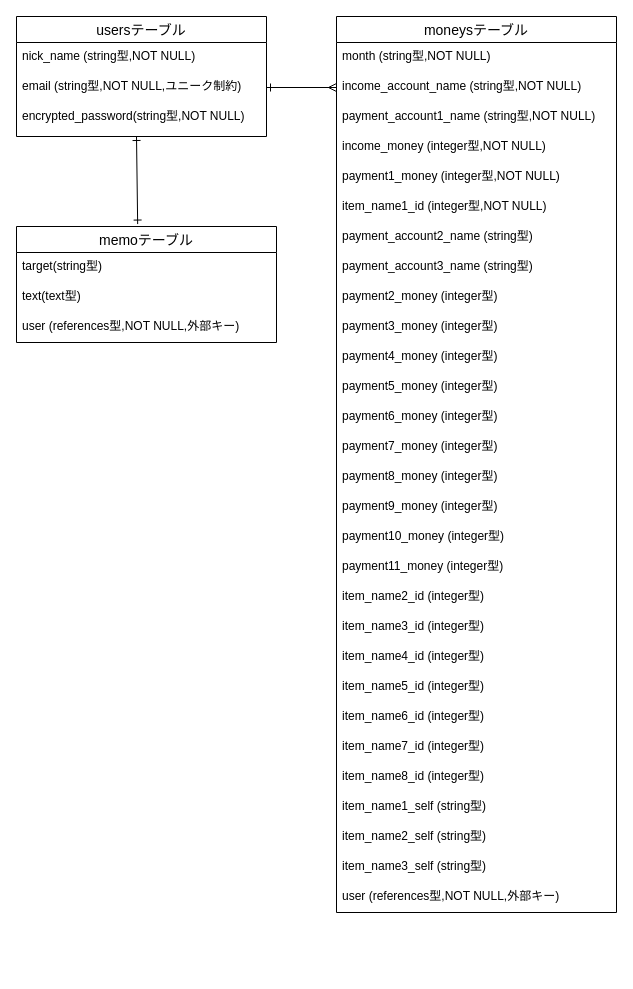
This is ER.dio from harukakak/rakubo, a draw.io file, before an edit. Source tidied: cells renumbered, new cells numbered last; positions are measured from the earlier drawing's top-left corner, leaving out a move shared by most shapes. Both pictures are drawn from the tidied source at 100%, with x=0, y=0 at pixel (16, 16).
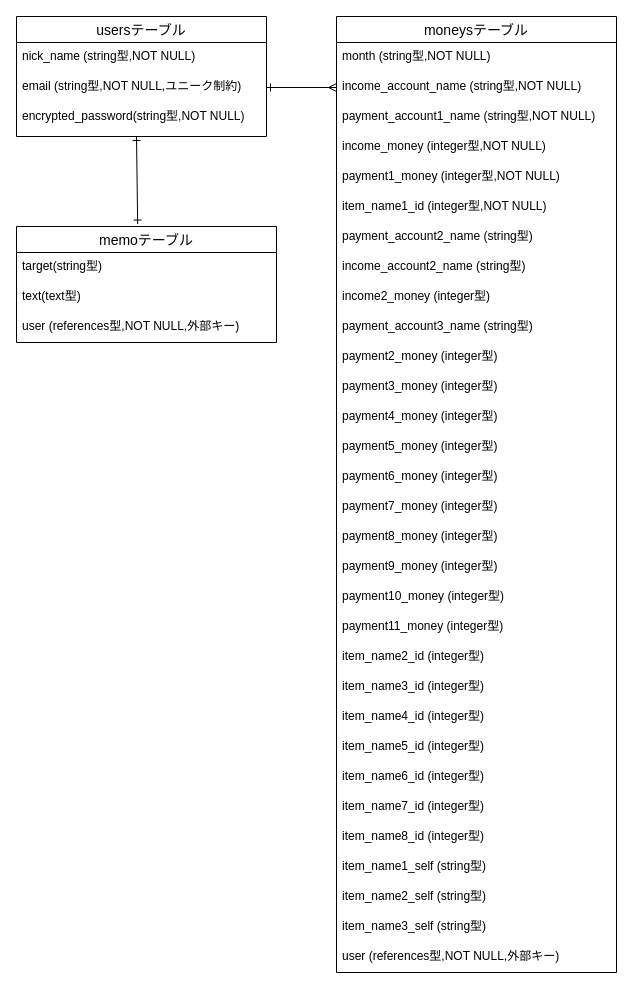
The same diagram, later.

Diff of the diagram source:
```diff
@@
     <mxCell id="6" value="moneysテーブル" style="swimlane;fontStyle=0;horizontal=1;startSize=26;align=center;fontSize=14;" parent="1" vertex="1">
-      <mxGeometry x="320" width="280" height="896" as="geometry" />
+      <mxGeometry x="320" width="280" height="956" as="geometry" />
     </mxCell>
@@
+    <mxCell id="42" value="income_account2_name (string型)" style="text;strokeColor=none;fillColor=none;spacingLeft=4;spacingRight=4;overflow=hidden;fontSize=12;" parent="6" vertex="1">
+      <mxGeometry y="236" width="280" height="30" as="geometry" />
+    </mxCell>
+    <mxCell id="43" value="income2_money (integer型)" style="text;strokeColor=none;fillColor=none;spacingLeft=4;spacingRight=4;overflow=hidden;fontSize=12;" parent="6" vertex="1">
+      <mxGeometry y="266" width="280" height="30" as="geometry" />
+    </mxCell>
     <mxCell id="14" value="payment_account3_name (string型)" style="text;strokeColor=none;fillColor=none;spacingLeft=4;spacingRight=4;overflow=hidden;fontSize=12;" parent="6" vertex="1">
-      <mxGeometry y="236" width="280" height="30" as="geometry" />
+      <mxGeometry y="296" width="280" height="30" as="geometry" />
     </mxCell>
     <mxCell id="15" value="payment2_money (integer型)" style="text;strokeColor=none;fillColor=none;spacingLeft=4;spacingRight=4;overflow=hidden;fontSize=12;" parent="6" vertex="1">
-      <mxGeometry y="266" width="280" height="30" as="geometry" />
+      <mxGeometry y="326" width="280" height="30" as="geometry" />
     </mxCell>
     <mxCell id="16" value="payment3_money (integer型)" style="text;strokeColor=none;fillColor=none;spacingLeft=4;spacingRight=4;overflow=hidden;fontSize=12;" parent="6" vertex="1">
-      <mxGeometry y="296" width="280" height="30" as="geometry" />
+      <mxGeometry y="356" width="280" height="30" as="geometry" />
     </mxCell>
     <mxCell id="17" value="payment4_money (integer型)" style="text;strokeColor=none;fillColor=none;spacingLeft=4;spacingRight=4;overflow=hidden;fontSize=12;" parent="6" vertex="1">
-      <mxGeometry y="326" width="280" height="30" as="geometry" />
+      <mxGeometry y="386" width="280" height="30" as="geometry" />
     </mxCell>
     <mxCell id="18" value="payment5_money (integer型)" style="text;strokeColor=none;fillColor=none;spacingLeft=4;spacingRight=4;overflow=hidden;fontSize=12;" parent="6" vertex="1">
-      <mxGeometry y="356" width="280" height="30" as="geometry" />
+      <mxGeometry y="416" width="280" height="30" as="geometry" />
     </mxCell>
     <mxCell id="19" value="payment6_money (integer型)" style="text;strokeColor=none;fillColor=none;spacingLeft=4;spacingRight=4;overflow=hidden;fontSize=12;" parent="6" vertex="1">
-      <mxGeometry y="386" width="280" height="30" as="geometry" />
+      <mxGeometry y="446" width="280" height="30" as="geometry" />
     </mxCell>
     <mxCell id="20" value="payment7_money (integer型)" style="text;strokeColor=none;fillColor=none;spacingLeft=4;spacingRight=4;overflow=hidden;fontSize=12;" parent="6" vertex="1">
-      <mxGeometry y="416" width="280" height="30" as="geometry" />
+      <mxGeometry y="476" width="280" height="30" as="geometry" />
     </mxCell>
     <mxCell id="21" value="payment8_money (integer型)" style="text;strokeColor=none;fillColor=none;spacingLeft=4;spacingRight=4;overflow=hidden;fontSize=12;" parent="6" vertex="1">
-      <mxGeometry y="446" width="280" height="30" as="geometry" />
+      <mxGeometry y="506" width="280" height="30" as="geometry" />
     </mxCell>
     <mxCell id="22" value="payment9_money (integer型)" style="text;strokeColor=none;fillColor=none;spacingLeft=4;spacingRight=4;overflow=hidden;fontSize=12;" parent="6" vertex="1">
-      <mxGeometry y="476" width="280" height="30" as="geometry" />
+      <mxGeometry y="536" width="280" height="30" as="geometry" />
     </mxCell>
     <mxCell id="23" value="payment10_money (integer型)" style="text;strokeColor=none;fillColor=none;spacingLeft=4;spacingRight=4;overflow=hidden;fontSize=12;" parent="6" vertex="1">
-      <mxGeometry y="506" width="280" height="30" as="geometry" />
+      <mxGeometry y="566" width="280" height="30" as="geometry" />
     </mxCell>
     <mxCell id="24" value="payment11_money (integer型)" style="text;strokeColor=none;fillColor=none;spacingLeft=4;spacingRight=4;overflow=hidden;fontSize=12;" parent="6" vertex="1">
-      <mxGeometry y="536" width="280" height="30" as="geometry" />
+      <mxGeometry y="596" width="280" height="30" as="geometry" />
     </mxCell>
     <mxCell id="25" value="item_name2_id (integer型)" style="text;strokeColor=none;fillColor=none;spacingLeft=4;spacingRight=4;overflow=hidden;fontSize=12;" parent="6" vertex="1">
-      <mxGeometry y="566" width="280" height="30" as="geometry" />
+      <mxGeometry y="626" width="280" height="30" as="geometry" />
     </mxCell>
     <mxCell id="26" value="item_name3_id (integer型)" style="text;strokeColor=none;fillColor=none;spacingLeft=4;spacingRight=4;overflow=hidden;fontSize=12;" parent="6" vertex="1">
-      <mxGeometry y="596" width="280" height="30" as="geometry" />
+      <mxGeometry y="656" width="280" height="30" as="geometry" />
     </mxCell>
     <mxCell id="27" value="item_name4_id (integer型)" style="text;strokeColor=none;fillColor=none;spacingLeft=4;spacingRight=4;overflow=hidden;fontSize=12;" parent="6" vertex="1">
-      <mxGeometry y="626" width="280" height="30" as="geometry" />
+      <mxGeometry y="686" width="280" height="30" as="geometry" />
     </mxCell>
     <mxCell id="28" value="item_name5_id (integer型)" style="text;strokeColor=none;fillColor=none;spacingLeft=4;spacingRight=4;overflow=hidden;fontSize=12;" parent="6" vertex="1">
-      <mxGeometry y="656" width="280" height="30" as="geometry" />
+      <mxGeometry y="716" width="280" height="30" as="geometry" />
     </mxCell>
     <mxCell id="29" value="item_name6_id (integer型)" style="text;strokeColor=none;fillColor=none;spacingLeft=4;spacingRight=4;overflow=hidden;fontSize=12;" parent="6" vertex="1">
-      <mxGeometry y="686" width="280" height="30" as="geometry" />
+      <mxGeometry y="746" width="280" height="30" as="geometry" />
     </mxCell>
     <mxCell id="30" value="item_name7_id (integer型)" style="text;strokeColor=none;fillColor=none;spacingLeft=4;spacingRight=4;overflow=hidden;fontSize=12;" parent="6" vertex="1">
-      <mxGeometry y="716" width="280" height="30" as="geometry" />
+      <mxGeometry y="776" width="280" height="30" as="geometry" />
     </mxCell>
     <mxCell id="31" value="item_name8_id (integer型)" style="text;strokeColor=none;fillColor=none;spacingLeft=4;spacingRight=4;overflow=hidden;fontSize=12;" parent="6" vertex="1">
-      <mxGeometry y="746" width="280" height="30" as="geometry" />
+      <mxGeometry y="806" width="280" height="30" as="geometry" />
     </mxCell>
     <mxCell id="32" value="item_name1_self (string型)" style="text;strokeColor=none;fillColor=none;spacingLeft=4;spacingRight=4;overflow=hidden;fontSize=12;" parent="6" vertex="1">
-      <mxGeometry y="776" width="280" height="30" as="geometry" />
+      <mxGeometry y="836" width="280" height="30" as="geometry" />
     </mxCell>
     <mxCell id="33" value="item_name2_self (string型)" style="text;strokeColor=none;fillColor=none;spacingLeft=4;spacingRight=4;overflow=hidden;fontSize=12;" parent="6" vertex="1">
-      <mxGeometry y="806" width="280" height="30" as="geometry" />
+      <mxGeometry y="866" width="280" height="30" as="geometry" />
     </mxCell>
     <mxCell id="34" value="item_name3_self (string型)" style="text;strokeColor=none;fillColor=none;spacingLeft=4;spacingRight=4;overflow=hidden;fontSize=12;" parent="6" vertex="1">
-      <mxGeometry y="836" width="280" height="30" as="geometry" />
+      <mxGeometry y="896" width="280" height="30" as="geometry" />
     </mxCell>
     <mxCell id="35" value="user (references型,NOT NULL,外部キー)" style="text;strokeColor=none;fillColor=none;spacingLeft=4;spacingRight=4;overflow=hidden;fontSize=12;" parent="6" vertex="1">
-      <mxGeometry y="866" width="280" height="30" as="geometry" />
+      <mxGeometry y="926" width="280" height="30" as="geometry" />
     </mxCell>
```
